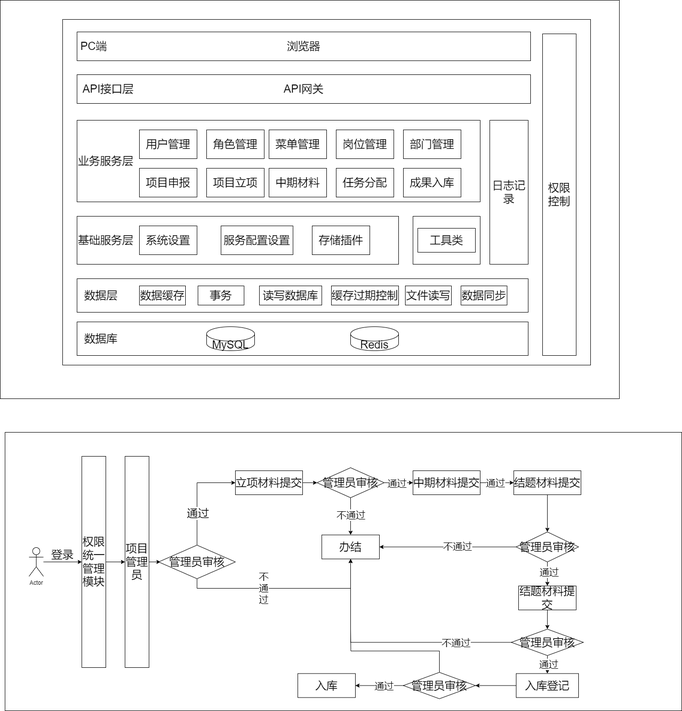
Before: 功能结构图.drawio.png, a diagram exported from draw.io (Greenker/springcloud-config). Source tidied: cells renumbered, new cells last; positions are measured from the earlier drawing's top-left corner, leaving out a move shared by most shapes.
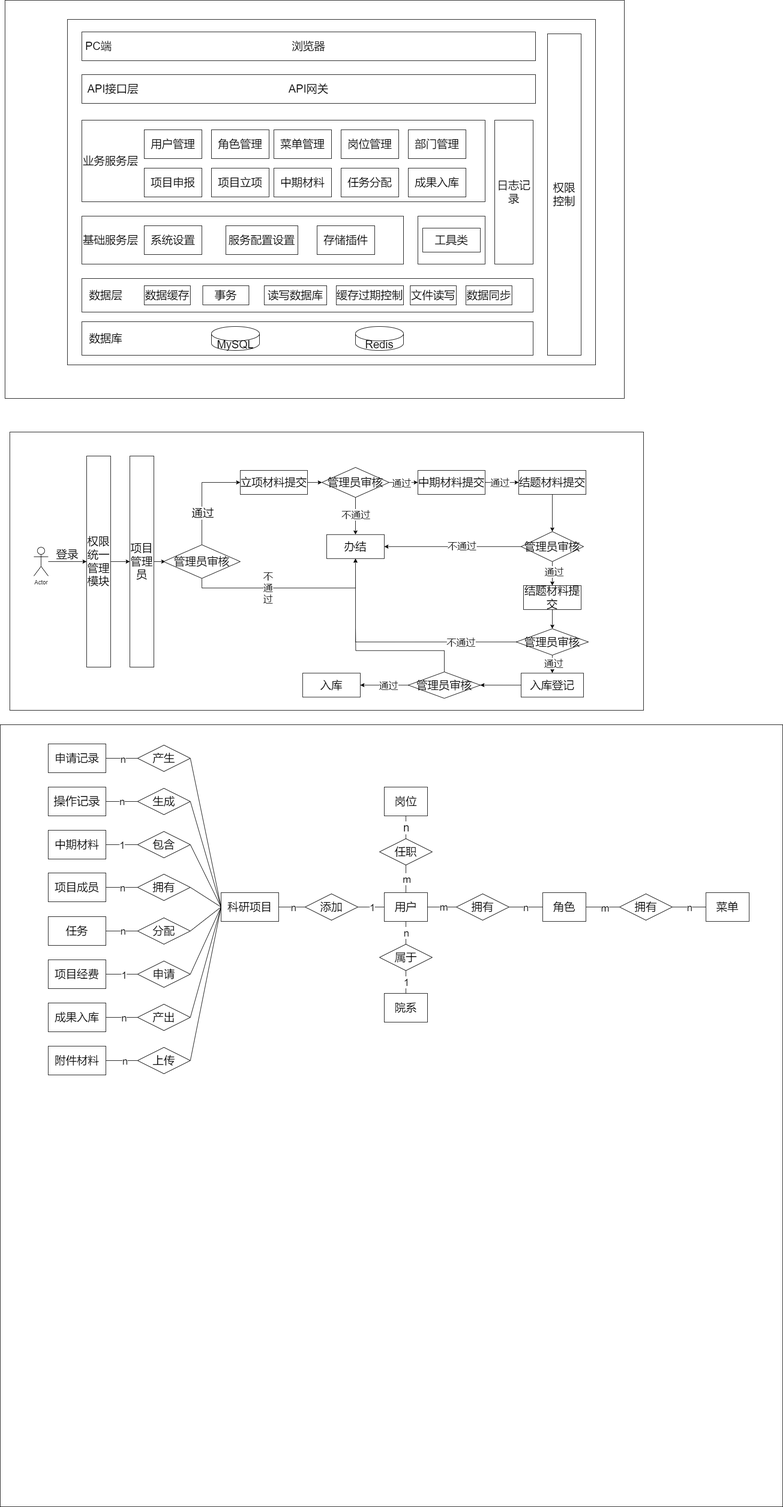
The same file after the commit.

Commit message:
更新功能结构图.drawio.png

What changed in the source:
```diff
@@ -3,7 +3,7 @@
     <mxCell id="0" />
     <mxCell id="1" parent="0" />
     <mxCell id="2" style="rounded=0;whiteSpace=wrap;html=1;" parent="1" vertex="1">
-      <mxGeometry x="10" y="900" width="1410" height="580" as="geometry" />
+      <mxGeometry x="10" y="900" width="1320" height="580" as="geometry" />
     </mxCell>
     <mxCell id="3" style="edgeStyle=orthogonalEdgeStyle;rounded=0;jettySize=auto;html=1;" parent="1" edge="1" source="4" target="6">
       <mxGeometry relative="1" as="geometry" />
@@ -258,5 +258,221 @@
     <mxCell id="85" value="&lt;font style=&quot;font-size: 23px;&quot;&gt;Redis&lt;/font&gt;" style="shape=cylinder3;whiteSpace=wrap;html=1;boundedLbl=1;backgroundOutline=1;size=15;" parent="1" vertex="1">
       <mxGeometry x="730" y="680" width="100" height="50" as="geometry" />
     </mxCell>
+    <mxCell id="86" style="whiteSpace=wrap;html=1;" parent="1" vertex="1">
+      <mxGeometry x="-10" y="1510" width="1630" height="1630" as="geometry" />
+    </mxCell>
+    <mxCell id="87" value="&lt;font style=&quot;font-size: 23px;&quot;&gt;申请记录&lt;/font&gt;" style="rounded=0;whiteSpace=wrap;html=1;" parent="1" vertex="1">
+      <mxGeometry x="90" y="1550" width="120" height="60" as="geometry" />
+    </mxCell>
+    <mxCell id="88" value="&lt;font style=&quot;font-size: 24px;&quot;&gt;操作记录&lt;/font&gt;" style="rounded=0;whiteSpace=wrap;html=1;" parent="1" vertex="1">
+      <mxGeometry x="90" y="1640" width="120" height="60" as="geometry" />
+    </mxCell>
+    <mxCell id="89" value="&lt;span style=&quot;font-size: 23px;&quot;&gt;中期材料&lt;/span&gt;" style="rounded=0;whiteSpace=wrap;html=1;" parent="1" vertex="1">
+      <mxGeometry x="90" y="1730" width="120" height="60" as="geometry" />
+    </mxCell>
+    <mxCell id="90" value="&lt;font style=&quot;font-size: 23px;&quot;&gt;附件材料&lt;/font&gt;" style="rounded=0;whiteSpace=wrap;html=1;" parent="1" vertex="1">
+      <mxGeometry x="90" y="2180" width="120" height="60" as="geometry" />
+    </mxCell>
+    <mxCell id="91" value="&lt;font style=&quot;font-size: 23px;&quot;&gt;成果入库&lt;/font&gt;" style="rounded=0;whiteSpace=wrap;html=1;" parent="1" vertex="1">
+      <mxGeometry x="90" y="2090" width="120" height="60" as="geometry" />
+    </mxCell>
+    <mxCell id="92" value="&lt;font style=&quot;font-size: 23px;&quot;&gt;任务&lt;/font&gt;" style="rounded=0;whiteSpace=wrap;html=1;" parent="1" vertex="1">
+      <mxGeometry x="90" y="1910" width="120" height="60" as="geometry" />
+    </mxCell>
+    <mxCell id="93" value="&lt;font style=&quot;font-size: 23px;&quot;&gt;项目经费&lt;/font&gt;" style="rounded=0;whiteSpace=wrap;html=1;" parent="1" vertex="1">
+      <mxGeometry x="90" y="2000" width="120" height="60" as="geometry" />
+    </mxCell>
+    <mxCell id="94" value="&lt;font style=&quot;font-size: 23px;&quot;&gt;项目成员&lt;/font&gt;" style="rounded=0;whiteSpace=wrap;html=1;" parent="1" vertex="1">
+      <mxGeometry x="90" y="1819" width="120" height="60" as="geometry" />
+    </mxCell>
+    <mxCell id="95" style="rounded=0;jettySize=auto;html=1;exitX=1;exitY=0.5;exitDx=0;exitDy=0;entryX=0;entryY=0.5;entryDx=0;entryDy=0;endArrow=none;endFill=0;" parent="1" edge="1" source="98" target="127">
+      <mxGeometry relative="1" as="geometry" />
+    </mxCell>
+    <mxCell id="96" style="edgeStyle=orthogonalEdgeStyle;rounded=0;jettySize=auto;html=1;exitX=0;exitY=0.5;exitDx=0;exitDy=0;endArrow=none;endFill=0;" parent="1" edge="1" source="98" target="87">
+      <mxGeometry relative="1" as="geometry" />
+    </mxCell>
+    <mxCell id="97" value="&lt;font style=&quot;font-size: 21px;&quot;&gt;n&lt;/font&gt;" style="edgeLabel;html=1;align=center;verticalAlign=middle;" parent="96" vertex="1">
+      <mxGeometry x="-0.09" y="1" relative="1" as="geometry" />
+    </mxCell>
+    <mxCell id="98" value="&lt;font style=&quot;font-size: 23px;&quot;&gt;产生&lt;/font&gt;" style="rhombus;whiteSpace=wrap;html=1;" parent="1" vertex="1">
+      <mxGeometry x="276" y="1552.5" width="110" height="55" as="geometry" />
+    </mxCell>
+    <mxCell id="99" style="rounded=0;jettySize=auto;html=1;exitX=1;exitY=0.5;exitDx=0;exitDy=0;entryX=0;entryY=0.5;entryDx=0;entryDy=0;endArrow=none;endFill=0;" parent="1" edge="1" source="102" target="127">
+      <mxGeometry relative="1" as="geometry" />
+    </mxCell>
+    <mxCell id="100" style="edgeStyle=orthogonalEdgeStyle;rounded=0;jettySize=auto;html=1;exitX=0;exitY=0.5;exitDx=0;exitDy=0;endArrow=none;endFill=0;" parent="1" edge="1" source="102" target="88">
+      <mxGeometry relative="1" as="geometry" />
+    </mxCell>
+    <mxCell id="101" value="&lt;font style=&quot;font-size: 21px;&quot;&gt;n&lt;/font&gt;" style="edgeLabel;html=1;align=center;verticalAlign=middle;" parent="100" vertex="1">
+      <mxGeometry y="-1" relative="1" as="geometry" />
+    </mxCell>
+    <mxCell id="102" value="&lt;font style=&quot;font-size: 23px;&quot;&gt;生成&lt;/font&gt;" style="rhombus;whiteSpace=wrap;html=1;" parent="1" vertex="1">
+      <mxGeometry x="276" y="1642.5" width="110" height="55" as="geometry" />
+    </mxCell>
+    <mxCell id="103" style="rounded=0;jettySize=auto;html=1;exitX=1;exitY=0.5;exitDx=0;exitDy=0;entryX=0;entryY=0.5;entryDx=0;entryDy=0;endArrow=none;endFill=0;" parent="1" edge="1" source="106" target="127">
+      <mxGeometry relative="1" as="geometry" />
+    </mxCell>
+    <mxCell id="104" style="edgeStyle=orthogonalEdgeStyle;rounded=0;jettySize=auto;html=1;exitX=0;exitY=0.5;exitDx=0;exitDy=0;endArrow=none;endFill=0;" parent="1" edge="1" source="106" target="89">
+      <mxGeometry relative="1" as="geometry" />
+    </mxCell>
+    <mxCell id="105" value="&lt;font style=&quot;font-size: 21px;&quot;&gt;1&lt;/font&gt;" style="edgeLabel;html=1;align=center;verticalAlign=middle;" parent="104" vertex="1">
+      <mxGeometry relative="1" as="geometry" />
+    </mxCell>
+    <mxCell id="106" value="&lt;font style=&quot;font-size: 23px;&quot;&gt;包含&lt;/font&gt;" style="rhombus;whiteSpace=wrap;html=1;" parent="1" vertex="1">
+      <mxGeometry x="276" y="1732.5" width="110" height="55" as="geometry" />
+    </mxCell>
+    <mxCell id="107" style="rounded=0;jettySize=auto;html=1;exitX=1;exitY=0.5;exitDx=0;exitDy=0;entryX=0;entryY=0.5;entryDx=0;entryDy=0;endArrow=none;endFill=0;" parent="1" edge="1" source="110" target="127">
+      <mxGeometry relative="1" as="geometry" />
+    </mxCell>
+    <mxCell id="108" style="edgeStyle=orthogonalEdgeStyle;rounded=0;jettySize=auto;html=1;endArrow=none;endFill=0;" parent="1" edge="1" source="110" target="90">
+      <mxGeometry relative="1" as="geometry" />
+    </mxCell>
+    <mxCell id="109" value="&lt;font style=&quot;font-size: 21px;&quot;&gt;n&lt;/font&gt;" style="edgeLabel;html=1;align=center;verticalAlign=middle;" parent="108" vertex="1">
+      <mxGeometry x="-0.18" relative="1" as="geometry" />
+    </mxCell>
+    <mxCell id="110" value="&lt;font style=&quot;font-size: 23px;&quot;&gt;上传&lt;/font&gt;" style="rhombus;whiteSpace=wrap;html=1;" parent="1" vertex="1">
+      <mxGeometry x="276" y="2182.5" width="110" height="55" as="geometry" />
+    </mxCell>
+    <mxCell id="111" style="rounded=0;jettySize=auto;html=1;exitX=1;exitY=0.5;exitDx=0;exitDy=0;entryX=0;entryY=0.5;entryDx=0;entryDy=0;endArrow=none;endFill=0;" parent="1" edge="1" source="114" target="127">
+      <mxGeometry relative="1" as="geometry" />
+    </mxCell>
+    <mxCell id="112" style="edgeStyle=orthogonalEdgeStyle;rounded=0;jettySize=auto;html=1;exitX=0;exitY=0.5;exitDx=0;exitDy=0;endArrow=none;endFill=0;" parent="1" edge="1" source="114" target="91">
+      <mxGeometry relative="1" as="geometry" />
+    </mxCell>
+    <mxCell id="113" value="&lt;font style=&quot;font-size: 21px;&quot;&gt;n&lt;/font&gt;" style="edgeLabel;html=1;align=center;verticalAlign=middle;" parent="112" vertex="1">
+      <mxGeometry x="-0.15" relative="1" as="geometry" />
+    </mxCell>
+    <mxCell id="114" value="&lt;font style=&quot;font-size: 23px;&quot;&gt;产出&lt;/font&gt;" style="rhombus;whiteSpace=wrap;html=1;" parent="1" vertex="1">
+      <mxGeometry x="276" y="2092.5" width="110" height="55" as="geometry" />
+    </mxCell>
+    <mxCell id="115" style="rounded=0;jettySize=auto;html=1;exitX=1;exitY=0.5;exitDx=0;exitDy=0;entryX=0;entryY=0.5;entryDx=0;entryDy=0;endArrow=none;endFill=0;" parent="1" edge="1" source="118" target="127">
+      <mxGeometry relative="1" as="geometry" />
+    </mxCell>
+    <mxCell id="116" style="edgeStyle=orthogonalEdgeStyle;rounded=0;jettySize=auto;html=1;exitX=0;exitY=0.5;exitDx=0;exitDy=0;endArrow=none;endFill=0;" parent="1" edge="1" source="118" target="93">
+      <mxGeometry relative="1" as="geometry" />
+    </mxCell>
+    <mxCell id="117" value="&lt;font style=&quot;font-size: 21px;&quot;&gt;1&lt;/font&gt;" style="edgeLabel;html=1;align=center;verticalAlign=middle;" parent="116" vertex="1">
+      <mxGeometry x="-0.15" y="1" relative="1" as="geometry" />
+    </mxCell>
+    <mxCell id="118" value="&lt;font style=&quot;font-size: 23px;&quot;&gt;申请&lt;/font&gt;" style="rhombus;whiteSpace=wrap;html=1;" parent="1" vertex="1">
+      <mxGeometry x="276" y="2002.5" width="110" height="55" as="geometry" />
+    </mxCell>
+    <mxCell id="119" style="rounded=0;jettySize=auto;html=1;exitX=1;exitY=0.5;exitDx=0;exitDy=0;entryX=0;entryY=0.5;entryDx=0;entryDy=0;endArrow=none;endFill=0;" parent="1" edge="1" source="122" target="127">
+      <mxGeometry relative="1" as="geometry" />
+    </mxCell>
+    <mxCell id="120" style="edgeStyle=orthogonalEdgeStyle;rounded=0;jettySize=auto;html=1;exitX=0;exitY=0.5;exitDx=0;exitDy=0;endArrow=none;endFill=0;" parent="1" edge="1" source="122" target="92">
+      <mxGeometry relative="1" as="geometry" />
+    </mxCell>
+    <mxCell id="121" value="&lt;font style=&quot;font-size: 21px;&quot;&gt;n&lt;/font&gt;" style="edgeLabel;html=1;align=center;verticalAlign=middle;" parent="120" vertex="1">
+      <mxGeometry x="-0.09" y="-1" relative="1" as="geometry" />
+    </mxCell>
+    <mxCell id="122" value="&lt;font style=&quot;font-size: 23px;&quot;&gt;分配&lt;/font&gt;" style="rhombus;whiteSpace=wrap;html=1;" parent="1" vertex="1">
+      <mxGeometry x="276" y="1912.5" width="110" height="55" as="geometry" />
+    </mxCell>
+    <mxCell id="123" style="rounded=0;jettySize=auto;html=1;exitX=1;exitY=0.5;exitDx=0;exitDy=0;entryX=0;entryY=0.5;entryDx=0;entryDy=0;endArrow=none;endFill=0;" parent="1" edge="1" source="126" target="127">
+      <mxGeometry relative="1" as="geometry" />
+    </mxCell>
+    <mxCell id="124" style="edgeStyle=orthogonalEdgeStyle;rounded=0;jettySize=auto;html=1;exitX=0;exitY=0.5;exitDx=0;exitDy=0;endArrow=none;endFill=0;" parent="1" edge="1" source="126" target="94">
+      <mxGeometry relative="1" as="geometry" />
+    </mxCell>
+    <mxCell id="125" value="&lt;font style=&quot;font-size: 21px;&quot;&gt;n&lt;/font&gt;" style="edgeLabel;html=1;align=center;verticalAlign=middle;" parent="124" vertex="1">
+      <mxGeometry x="-0.03" relative="1" as="geometry" />
+    </mxCell>
+    <mxCell id="126" value="&lt;font style=&quot;font-size: 23px;&quot;&gt;拥有&lt;/font&gt;" style="rhombus;whiteSpace=wrap;html=1;" parent="1" vertex="1">
+      <mxGeometry x="276" y="1821.5" width="110" height="55" as="geometry" />
+    </mxCell>
+    <mxCell id="127" value="&lt;span style=&quot;font-size: 23px;&quot;&gt;科研项目&lt;/span&gt;" style="rounded=0;whiteSpace=wrap;html=1;" parent="1" vertex="1">
+      <mxGeometry x="450" y="1860" width="120" height="60" as="geometry" />
+    </mxCell>
+    <mxCell id="128" style="edgeStyle=orthogonalEdgeStyle;rounded=0;jettySize=auto;html=1;exitX=0;exitY=0.5;exitDx=0;exitDy=0;entryX=1;entryY=0.5;entryDx=0;entryDy=0;endArrow=none;endFill=0;" parent="1" edge="1" source="130" target="127">
+      <mxGeometry relative="1" as="geometry" />
+    </mxCell>
+    <mxCell id="129" value="&lt;font style=&quot;font-size: 21px;&quot;&gt;n&lt;/font&gt;" style="edgeLabel;html=1;align=center;verticalAlign=middle;" parent="128" vertex="1">
+      <mxGeometry x="-0.09" relative="1" as="geometry" />
+    </mxCell>
+    <mxCell id="130" value="&lt;font style=&quot;font-size: 23px;&quot;&gt;添加&lt;/font&gt;" style="rhombus;whiteSpace=wrap;html=1;" parent="1" vertex="1">
+      <mxGeometry x="625" y="1862.5" width="110" height="55" as="geometry" />
+    </mxCell>
+    <mxCell id="131" style="edgeStyle=orthogonalEdgeStyle;rounded=0;jettySize=auto;html=1;exitX=0.5;exitY=0;exitDx=0;exitDy=0;entryX=0.5;entryY=1;entryDx=0;entryDy=0;endArrow=none;endFill=0;" parent="1" edge="1" source="137" target="157">
+      <mxGeometry relative="1" as="geometry" />
+    </mxCell>
+    <mxCell id="132" value="&lt;font style=&quot;font-size: 21px;&quot;&gt;m&lt;/font&gt;" style="edgeLabel;html=1;align=center;verticalAlign=middle;" parent="131" vertex="1">
+      <mxGeometry x="-0.03" y="-1" relative="1" as="geometry" />
+    </mxCell>
+    <mxCell id="133" style="edgeStyle=orthogonalEdgeStyle;rounded=0;jettySize=auto;html=1;exitX=0.5;exitY=1;exitDx=0;exitDy=0;entryX=0.5;entryY=0;entryDx=0;entryDy=0;endArrow=none;endFill=0;" parent="1" edge="1" source="137" target="153">
+      <mxGeometry relative="1" as="geometry" />
+    </mxCell>
+    <mxCell id="134" value="&lt;font style=&quot;font-size: 21px;&quot;&gt;n&lt;/font&gt;" style="edgeLabel;html=1;align=center;verticalAlign=middle;" parent="133" vertex="1">
+      <mxGeometry x="0.01" relative="1" as="geometry" />
+    </mxCell>
+    <mxCell id="135" style="edgeStyle=orthogonalEdgeStyle;rounded=0;jettySize=auto;html=1;exitX=0;exitY=0.5;exitDx=0;exitDy=0;entryX=1;entryY=0.5;entryDx=0;entryDy=0;endArrow=none;endFill=0;" parent="1" edge="1" source="137" target="130">
+      <mxGeometry relative="1" as="geometry" />
+    </mxCell>
+    <mxCell id="136" value="&lt;font style=&quot;font-size: 21px;&quot;&gt;1&lt;/font&gt;" style="edgeLabel;html=1;align=center;verticalAlign=middle;" parent="135" vertex="1">
+      <mxGeometry x="-0.05" relative="1" as="geometry" />
+    </mxCell>
+    <mxCell id="137" value="&lt;font style=&quot;font-size: 23px;&quot;&gt;用户&lt;/font&gt;" style="rounded=0;whiteSpace=wrap;html=1;" parent="1" vertex="1">
+      <mxGeometry x="790" y="1860" width="90" height="60" as="geometry" />
+    </mxCell>
+    <mxCell id="138" style="edgeStyle=orthogonalEdgeStyle;rounded=0;jettySize=auto;html=1;exitX=0;exitY=0.5;exitDx=0;exitDy=0;entryX=1;entryY=0.5;entryDx=0;entryDy=0;endArrow=none;endFill=0;" parent="1" edge="1" source="140" target="137">
+      <mxGeometry relative="1" as="geometry" />
+    </mxCell>
+    <mxCell id="139" value="&lt;font style=&quot;font-size: 21px;&quot;&gt;m&lt;/font&gt;" style="edgeLabel;html=1;align=center;verticalAlign=middle;" parent="138" vertex="1">
+      <mxGeometry x="-0.1" y="-1" relative="1" as="geometry" />
+    </mxCell>
+    <mxCell id="140" value="&lt;font style=&quot;font-size: 23px;&quot;&gt;拥有&lt;/font&gt;" style="rhombus;whiteSpace=wrap;html=1;" parent="1" vertex="1">
+      <mxGeometry x="940" y="1862.5" width="110" height="55" as="geometry" />
+    </mxCell>
+    <mxCell id="141" style="edgeStyle=orthogonalEdgeStyle;rounded=0;jettySize=auto;html=1;exitX=0;exitY=0.5;exitDx=0;exitDy=0;entryX=1;entryY=0.5;entryDx=0;entryDy=0;endArrow=none;endFill=0;" parent="1" edge="1" source="143" target="146">
+      <mxGeometry relative="1" as="geometry" />
+    </mxCell>
+    <mxCell id="142" value="&lt;font style=&quot;font-size: 21px;&quot;&gt;m&lt;/font&gt;" style="edgeLabel;html=1;align=center;verticalAlign=middle;" parent="141" vertex="1">
+      <mxGeometry x="-0.11" y="1" relative="1" as="geometry" />
+    </mxCell>
+    <mxCell id="143" value="&lt;font style=&quot;font-size: 23px;&quot;&gt;拥有&lt;/font&gt;" style="rhombus;whiteSpace=wrap;html=1;" parent="1" vertex="1">
+      <mxGeometry x="1280" y="1862.5" width="110" height="55" as="geometry" />
+    </mxCell>
+    <mxCell id="144" style="edgeStyle=orthogonalEdgeStyle;rounded=0;jettySize=auto;html=1;exitX=0;exitY=0.5;exitDx=0;exitDy=0;entryX=1;entryY=0.5;entryDx=0;entryDy=0;endArrow=none;endFill=0;" parent="1" edge="1" source="146" target="140">
+      <mxGeometry relative="1" as="geometry" />
+    </mxCell>
+    <mxCell id="145" value="&lt;font style=&quot;font-size: 21px;&quot;&gt;n&lt;/font&gt;" style="edgeLabel;html=1;align=center;verticalAlign=middle;" parent="144" vertex="1">
+      <mxGeometry relative="1" as="geometry" />
+    </mxCell>
+    <mxCell id="146" value="&lt;font style=&quot;font-size: 23px;&quot;&gt;角色&lt;/font&gt;" style="rounded=0;whiteSpace=wrap;html=1;" parent="1" vertex="1">
+      <mxGeometry x="1120" y="1860" width="90" height="60" as="geometry" />
+    </mxCell>
+    <mxCell id="147" style="edgeStyle=orthogonalEdgeStyle;rounded=0;jettySize=auto;html=1;exitX=0;exitY=0.5;exitDx=0;exitDy=0;entryX=1;entryY=0.5;entryDx=0;entryDy=0;endArrow=none;endFill=0;" parent="1" edge="1" source="149" target="143">
+      <mxGeometry relative="1" as="geometry" />
+    </mxCell>
+    <mxCell id="148" value="&lt;font style=&quot;font-size: 21px;&quot;&gt;n&lt;/font&gt;" style="edgeLabel;html=1;align=center;verticalAlign=middle;" parent="147" vertex="1">
+      <mxGeometry x="-0.03" relative="1" as="geometry" />
+    </mxCell>
+    <mxCell id="149" value="&lt;font style=&quot;font-size: 23px;&quot;&gt;菜单&lt;/font&gt;" style="rounded=0;whiteSpace=wrap;html=1;" parent="1" vertex="1">
+      <mxGeometry x="1460" y="1860" width="90" height="60" as="geometry" />
+    </mxCell>
+    <mxCell id="150" value="&lt;font style=&quot;font-size: 23px;&quot;&gt;院系&lt;/font&gt;" style="rounded=0;whiteSpace=wrap;html=1;" parent="1" vertex="1">
+      <mxGeometry x="790" y="2070" width="90" height="60" as="geometry" />
+    </mxCell>
+    <mxCell id="151" style="edgeStyle=orthogonalEdgeStyle;rounded=0;jettySize=auto;html=1;exitX=0.5;exitY=1;exitDx=0;exitDy=0;endArrow=none;endFill=0;" parent="1" edge="1" source="153" target="150">
+      <mxGeometry relative="1" as="geometry" />
+    </mxCell>
+    <mxCell id="152" value="&lt;font style=&quot;font-size: 21px;&quot;&gt;1&lt;/font&gt;" style="edgeLabel;html=1;align=center;verticalAlign=middle;" parent="151" vertex="1">
+      <mxGeometry x="-0.01" relative="1" as="geometry" />
+    </mxCell>
+    <mxCell id="153" value="&lt;font style=&quot;font-size: 23px;&quot;&gt;属于&lt;/font&gt;" style="rhombus;whiteSpace=wrap;html=1;" parent="1" vertex="1">
+      <mxGeometry x="780" y="1967.5" width="110" height="55" as="geometry" />
+    </mxCell>
+    <mxCell id="154" value="&lt;font style=&quot;font-size: 23px;&quot;&gt;岗位&lt;/font&gt;" style="rounded=0;whiteSpace=wrap;html=1;" parent="1" vertex="1">
+      <mxGeometry x="790" y="1640" width="90" height="60" as="geometry" />
+    </mxCell>
+    <mxCell id="155" style="edgeStyle=orthogonalEdgeStyle;rounded=0;jettySize=auto;html=1;exitX=0.5;exitY=0;exitDx=0;exitDy=0;entryX=0.5;entryY=1;entryDx=0;entryDy=0;endArrow=none;endFill=0;" parent="1" edge="1" source="157" target="154">
+      <mxGeometry relative="1" as="geometry" />
+    </mxCell>
+    <mxCell id="156" value="&lt;font style=&quot;font-size: 23px;&quot;&gt;n&lt;/font&gt;" style="edgeLabel;html=1;align=center;verticalAlign=middle;" parent="155" vertex="1">
+      <mxGeometry x="-0.01" relative="1" as="geometry" />
+    </mxCell>
+    <mxCell id="157" value="&lt;font style=&quot;font-size: 23px;&quot;&gt;任职&lt;/font&gt;" style="rhombus;whiteSpace=wrap;html=1;" parent="1" vertex="1">
+      <mxGeometry x="780" y="1747.5" width="110" height="55" as="geometry" />
+    </mxCell>
   </root>
 </mxGraphModel>
```
